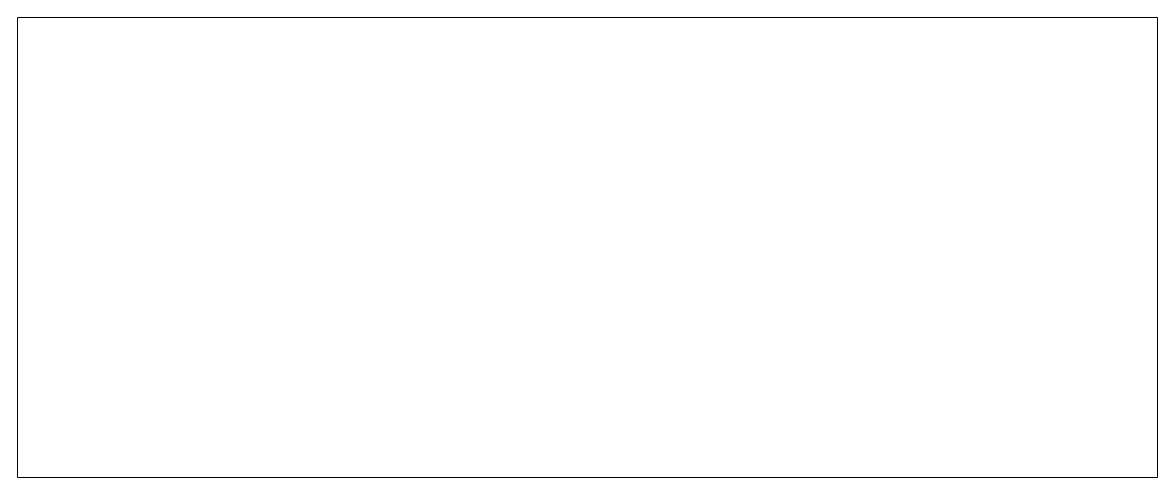
The draw.io diagram UML ETAT TRANSITION.drawio in djn-web/djn-web, before the edit. Source tidied: cells renumbered, new cells numbered last; positions are measured from the earlier drawing's top-left corner, leaving out a move shared by most shapes. Both pictures are drawn from the tidied source at 100%, with x=0, y=0 at pixel (17, 17).
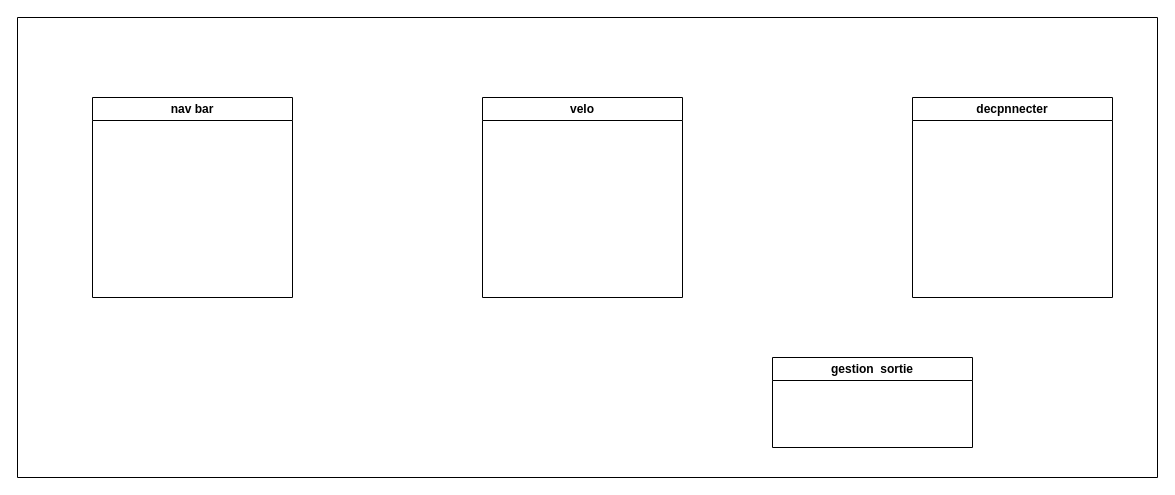
After the change.

Commit message (it also covers changes not shown here):
Mettre à jour UML ETAT TRANSITION.drawio

Diff of the diagram source:
```diff
@@
 <mxGraphModel>
   <root>
     <mxCell id="0" />
     <mxCell id="1" parent="0" />
     <mxCell id="2" style="swimlane;startSize=0;" parent="1" vertex="1">
       <mxGeometry width="1140" height="460" as="geometry" />
     </mxCell>
+    <mxCell id="3" value="nav bar" style="swimlane;whiteSpace=wrap;html=1;" parent="2" vertex="1">
+      <mxGeometry x="75" y="80" width="200" height="200" as="geometry" />
+    </mxCell>
+    <mxCell id="4" value="decpnnecter" style="swimlane;whiteSpace=wrap;html=1;startSize=23;" parent="2" vertex="1">
+      <mxGeometry x="895" y="80" width="200" height="200" as="geometry" />
+    </mxCell>
+    <mxCell id="5" value="velo" style="swimlane;whiteSpace=wrap;html=1;startSize=23;" parent="2" vertex="1">
+      <mxGeometry x="465" y="80" width="200" height="200" as="geometry" />
+    </mxCell>
+    <mxCell id="6" value="gestion&amp;nbsp; sortie" style="swimlane;whiteSpace=wrap;html=1;" parent="2" vertex="1">
+      <mxGeometry x="755" y="340" width="200" height="90" as="geometry" />
+    </mxCell>
   </root>
 </mxGraphModel>
```
